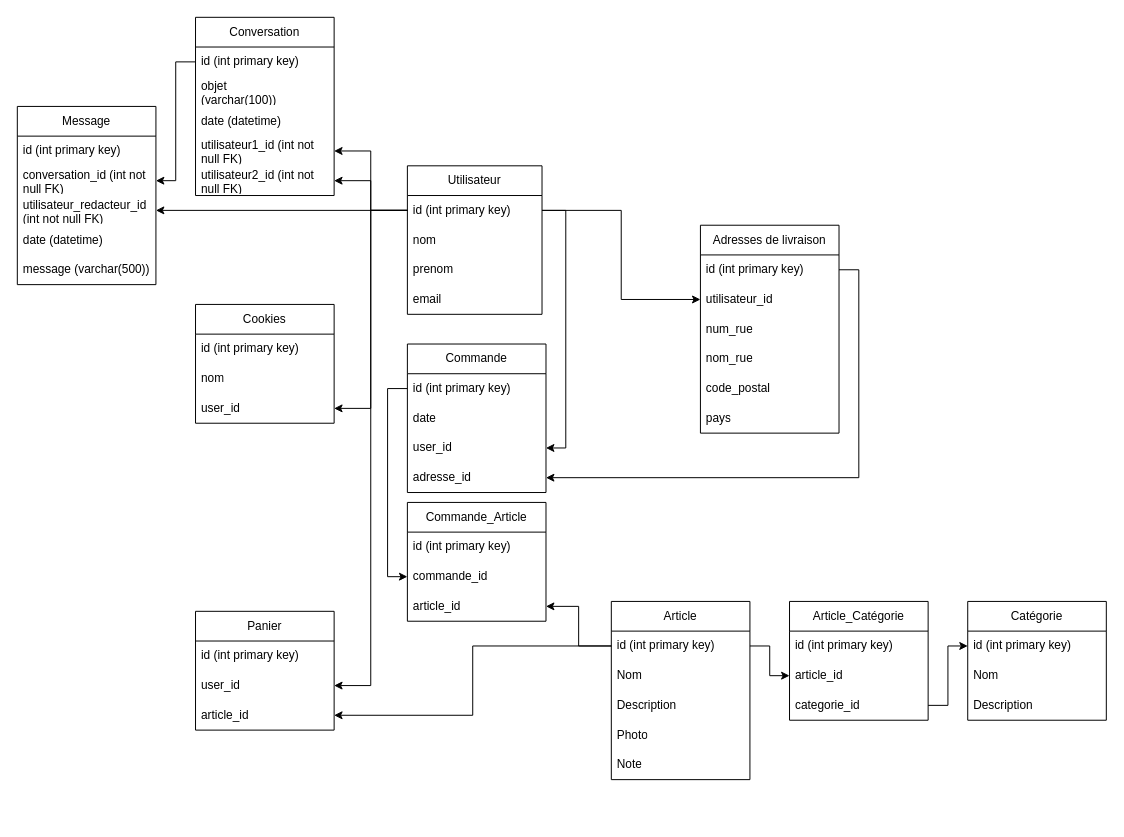
Earlier version of the draw.io diagram BDD Amazon IPI TP.drawio (mathiasSuchail/diagram). Source tidied: cells renumbered, new cells numbered last; positions are measured from the earlier drawing's top-left corner, leaving out a move shared by most shapes. Both pictures are drawn from the tidied source at 99%, with x=0, y=0 at pixel (17, 17).
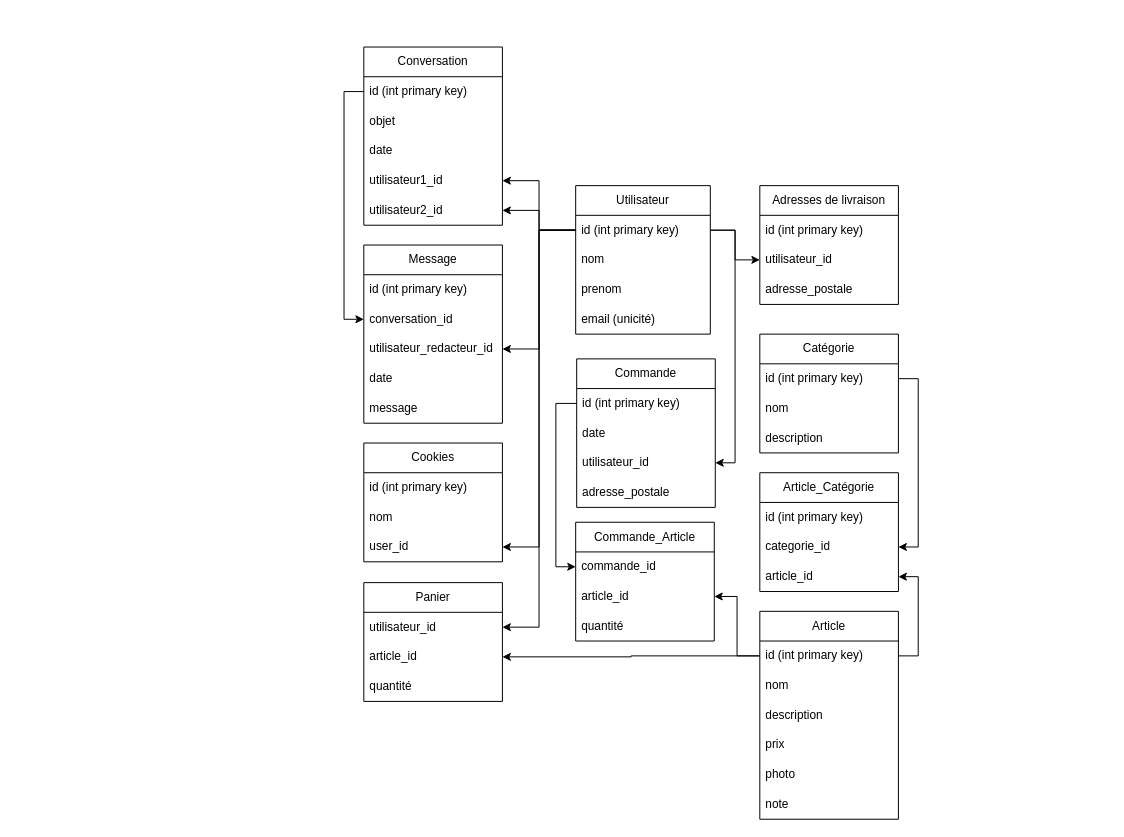
After the change.

Commit message:
Mettre à jour BDD Amazon IPI TP.drawio

Unchanged cells that the change refers to:
```xml
<mxCell id="3" value="id (int primary key)" style="text;strokeColor=none;fillColor=none;align=left;verticalAlign=middle;spacingLeft=4;spacingRight=4;overflow=hidden;points=[[0,0.5],[1,0.5]];portConstraint=eastwest;whiteSpace=wrap;html=1;" parent="2" vertex="1">
  <mxGeometry y="30" width="136" height="30" as="geometry" />
</mxCell>
<mxCell id="8" value="id (int primary key)" style="text;strokeColor=none;fillColor=none;align=left;verticalAlign=middle;spacingLeft=4;spacingRight=4;overflow=hidden;points=[[0,0.5],[1,0.5]];portConstraint=eastwest;whiteSpace=wrap;html=1;" parent="7" vertex="1">
  <mxGeometry y="30" width="140" height="30" as="geometry" />
</mxCell>
<mxCell id="19" value="id (int primary key)" style="text;strokeColor=none;fillColor=none;align=left;verticalAlign=middle;spacingLeft=4;spacingRight=4;overflow=hidden;points=[[0,0.5],[1,0.5]];portConstraint=eastwest;whiteSpace=wrap;html=1;" parent="18" vertex="1">
  <mxGeometry y="30" width="140" height="30" as="geometry" />
</mxCell>
<mxCell id="29" value="id (int primary key)" style="text;strokeColor=none;fillColor=none;align=left;verticalAlign=middle;spacingLeft=4;spacingRight=4;overflow=hidden;points=[[0,0.5],[1,0.5]];portConstraint=eastwest;whiteSpace=wrap;html=1;" parent="28" vertex="1">
  <mxGeometry y="30" width="140" height="30" as="geometry" />
</mxCell>
<mxCell id="30" value="utilisateur_id" style="text;strokeColor=none;fillColor=none;align=left;verticalAlign=middle;spacingLeft=4;spacingRight=4;overflow=hidden;points=[[0,0.5],[1,0.5]];portConstraint=eastwest;whiteSpace=wrap;html=1;" parent="28" vertex="1">
  <mxGeometry y="60" width="140" height="30" as="geometry" />
</mxCell>
<mxCell id="62" value="id (int primary key)" style="text;strokeColor=none;fillColor=none;align=left;verticalAlign=middle;spacingLeft=4;spacingRight=4;overflow=hidden;points=[[0,0.5],[1,0.5]];portConstraint=eastwest;whiteSpace=wrap;html=1;" parent="61" vertex="1">
  <mxGeometry y="30" width="140" height="30" as="geometry" />
</mxCell>
```

What changed in the source:
```diff
@@
     <mxCell id="2" value="Utilisateur" style="swimlane;fontStyle=0;horizontal=1;startSize=30;whiteSpace=wrap;html=1;" parent="1" vertex="1">
-      <mxGeometry x="394" y="150" width="136" height="150" as="geometry" />
+      <mxGeometry x="564" y="170" width="136" height="150" as="geometry" />
     </mxCell>
@@
-    <mxCell id="6" value="email" style="text;strokeColor=none;fillColor=none;align=left;verticalAlign=middle;spacingLeft=4;spacingRight=4;overflow=hidden;whiteSpace=wrap;html=1;" parent="2" vertex="1">
+    <mxCell id="6" value="email (unicité)" style="text;strokeColor=none;fillColor=none;align=left;verticalAlign=middle;spacingLeft=4;spacingRight=4;overflow=hidden;whiteSpace=wrap;html=1;" parent="2" vertex="1">
       <mxGeometry y="120" width="136" height="30" as="geometry" />
     </mxCell>
     <mxCell id="7" value="Article" style="swimlane;fontStyle=0;horizontal=1;startSize=30;whiteSpace=wrap;html=1;" parent="1" vertex="1">
-      <mxGeometry x="600" y="590" width="140" height="180" as="geometry" />
+      <mxGeometry x="750" y="600" width="140" height="210" as="geometry" />
     </mxCell>
@@
-    <mxCell id="9" value="Nom" style="text;strokeColor=none;fillColor=none;align=left;verticalAlign=middle;spacingLeft=4;spacingRight=4;overflow=hidden;whiteSpace=wrap;html=1;" parent="7" vertex="1">
+    <mxCell id="9" value="nom" style="text;strokeColor=none;fillColor=none;align=left;verticalAlign=middle;spacingLeft=4;spacingRight=4;overflow=hidden;whiteSpace=wrap;html=1;" parent="7" vertex="1">
       <mxGeometry y="60" width="140" height="30" as="geometry" />
     </mxCell>
-    <mxCell id="10" value="Description" style="text;strokeColor=none;fillColor=none;align=left;verticalAlign=middle;spacingLeft=4;spacingRight=4;overflow=hidden;whiteSpace=wrap;html=1;" parent="7" vertex="1">
+    <mxCell id="10" value="description" style="text;strokeColor=none;fillColor=none;align=left;verticalAlign=middle;spacingLeft=4;spacingRight=4;overflow=hidden;whiteSpace=wrap;html=1;" parent="7" vertex="1">
       <mxGeometry y="90" width="140" height="30" as="geometry" />
     </mxCell>
+    <mxCell id="71" value="prix" style="text;strokeColor=none;fillColor=none;align=left;verticalAlign=middle;spacingLeft=4;spacingRight=4;overflow=hidden;whiteSpace=wrap;html=1;" parent="7" vertex="1">
+      <mxGeometry y="120" width="140" height="30" as="geometry" />
+    </mxCell>
-    <mxCell id="11" value="Photo" style="text;strokeColor=none;fillColor=none;align=left;verticalAlign=middle;spacingLeft=4;spacingRight=4;overflow=hidden;whiteSpace=wrap;html=1;" parent="7" vertex="1">
-      <mxGeometry y="120" width="140" height="30" as="geometry" />
+    <mxCell id="11" value="photo" style="text;strokeColor=none;fillColor=none;align=left;verticalAlign=middle;spacingLeft=4;spacingRight=4;overflow=hidden;whiteSpace=wrap;html=1;" parent="7" vertex="1">
+      <mxGeometry y="150" width="140" height="30" as="geometry" />
     </mxCell>
-    <mxCell id="12" value="Note" style="text;strokeColor=none;fillColor=none;align=left;verticalAlign=middle;spacingLeft=4;spacingRight=4;overflow=hidden;whiteSpace=wrap;html=1;" parent="7" vertex="1">
-      <mxGeometry y="150" width="140" height="30" as="geometry" />
+    <mxCell id="12" value="note" style="text;strokeColor=none;fillColor=none;align=left;verticalAlign=middle;spacingLeft=4;spacingRight=4;overflow=hidden;whiteSpace=wrap;html=1;" parent="7" vertex="1">
+      <mxGeometry y="180" width="140" height="30" as="geometry" />
     </mxCell>
     <mxCell id="13" value="Commande" style="swimlane;fontStyle=0;horizontal=1;startSize=30;whiteSpace=wrap;html=1;" parent="1" vertex="1">
-      <mxGeometry x="394" y="330" width="140" height="150" as="geometry" />
+      <mxGeometry x="565" y="345" width="140" height="150" as="geometry" />
     </mxCell>
@@
-    <mxCell id="16" value="user_id" style="text;strokeColor=none;fillColor=none;align=left;verticalAlign=middle;spacingLeft=4;spacingRight=4;overflow=hidden;points=[[0,0.5],[1,0.5]];portConstraint=eastwest;whiteSpace=wrap;html=1;" parent="13" vertex="1">
+    <mxCell id="16" value="utilisateur_id" style="text;strokeColor=none;fillColor=none;align=left;verticalAlign=middle;spacingLeft=4;spacingRight=4;overflow=hidden;points=[[0,0.5],[1,0.5]];portConstraint=eastwest;whiteSpace=wrap;html=1;" parent="13" vertex="1">
       <mxGeometry y="90" width="140" height="30" as="geometry" />
     </mxCell>
-    <mxCell id="17" value="adresse_id&lt;br&gt;" style="text;strokeColor=none;fillColor=none;align=left;verticalAlign=middle;spacingLeft=4;spacingRight=4;overflow=hidden;points=[[0,0.5],[1,0.5]];portConstraint=eastwest;whiteSpace=wrap;html=1;" parent="13" vertex="1">
+    <mxCell id="17" value="adresse_postale" style="text;strokeColor=none;fillColor=none;align=left;verticalAlign=middle;spacingLeft=4;spacingRight=4;overflow=hidden;points=[[0,0.5],[1,0.5]];portConstraint=eastwest;whiteSpace=wrap;html=1;" parent="13" vertex="1">
       <mxGeometry y="120" width="140" height="30" as="geometry" />
     </mxCell>
     <mxCell id="18" value="Catégorie" style="swimlane;fontStyle=0;horizontal=1;startSize=30;whiteSpace=wrap;html=1;" parent="1" vertex="1">
-      <mxGeometry x="960" y="590" width="140" height="120" as="geometry" />
+      <mxGeometry x="750" y="320" width="140" height="120" as="geometry" />
     </mxCell>
@@
-    <mxCell id="20" value="Nom" style="text;strokeColor=none;fillColor=none;align=left;verticalAlign=middle;spacingLeft=4;spacingRight=4;overflow=hidden;whiteSpace=wrap;html=1;" parent="18" vertex="1">
+    <mxCell id="20" value="nom&lt;span style=&quot;white-space: pre;&quot;&gt;&#9;&lt;/span&gt;" style="text;strokeColor=none;fillColor=none;align=left;verticalAlign=middle;spacingLeft=4;spacingRight=4;overflow=hidden;whiteSpace=wrap;html=1;" parent="18" vertex="1">
       <mxGeometry y="60" width="140" height="30" as="geometry" />
     </mxCell>
-    <mxCell id="21" value="Description" style="text;strokeColor=none;fillColor=none;align=left;verticalAlign=middle;spacingLeft=4;spacingRight=4;overflow=hidden;whiteSpace=wrap;html=1;" parent="18" vertex="1">
+    <mxCell id="21" value="description" style="text;strokeColor=none;fillColor=none;align=left;verticalAlign=middle;spacingLeft=4;spacingRight=4;overflow=hidden;whiteSpace=wrap;html=1;" parent="18" vertex="1">
       <mxGeometry y="90" width="140" height="30" as="geometry" />
     </mxCell>
     <mxCell id="22" value="Message" style="swimlane;fontStyle=0;horizontal=1;startSize=30;whiteSpace=wrap;html=1;" parent="1" vertex="1">
-      <mxGeometry y="90" width="140" height="180" as="geometry" />
+      <mxGeometry x="350" y="230" width="140" height="180" as="geometry" />
     </mxCell>
@@
-    <mxCell id="24" value="conversation_id (int not null FK)" style="text;strokeColor=none;fillColor=none;align=left;verticalAlign=middle;spacingLeft=4;spacingRight=4;overflow=hidden;points=[[0,0.5],[1,0.5]];portConstraint=eastwest;whiteSpace=wrap;html=1;" parent="22" vertex="1">
+    <mxCell id="24" value="conversation_id" style="text;strokeColor=none;fillColor=none;align=left;verticalAlign=middle;spacingLeft=4;spacingRight=4;overflow=hidden;points=[[0,0.5],[1,0.5]];portConstraint=eastwest;whiteSpace=wrap;html=1;" parent="22" vertex="1">
       <mxGeometry y="60" width="140" height="30" as="geometry" />
     </mxCell>
-    <mxCell id="25" value="utilisateur_redacteur_id (int not null FK)" style="text;strokeColor=none;fillColor=none;align=left;verticalAlign=middle;spacingLeft=4;spacingRight=4;overflow=hidden;points=[[0,0.5],[1,0.5]];portConstraint=eastwest;whiteSpace=wrap;html=1;" parent="22" vertex="1">
+    <mxCell id="25" value="utilisateur_redacteur_id" style="text;strokeColor=none;fillColor=none;align=left;verticalAlign=middle;spacingLeft=4;spacingRight=4;overflow=hidden;points=[[0,0.5],[1,0.5]];portConstraint=eastwest;whiteSpace=wrap;html=1;" parent="22" vertex="1">
       <mxGeometry y="90" width="140" height="30" as="geometry" />
     </mxCell>
-    <mxCell id="26" value="date (datetime)" style="text;strokeColor=none;fillColor=none;align=left;verticalAlign=middle;spacingLeft=4;spacingRight=4;overflow=hidden;whiteSpace=wrap;html=1;" parent="22" vertex="1">
+    <mxCell id="26" value="date" style="text;strokeColor=none;fillColor=none;align=left;verticalAlign=middle;spacingLeft=4;spacingRight=4;overflow=hidden;whiteSpace=wrap;html=1;" parent="22" vertex="1">
       <mxGeometry y="120" width="140" height="30" as="geometry" />
     </mxCell>
-    <mxCell id="27" value="message (varchar(500))" style="text;strokeColor=none;fillColor=none;align=left;verticalAlign=middle;spacingLeft=4;spacingRight=4;overflow=hidden;whiteSpace=wrap;html=1;" parent="22" vertex="1">
+    <mxCell id="27" value="message" style="text;strokeColor=none;fillColor=none;align=left;verticalAlign=middle;spacingLeft=4;spacingRight=4;overflow=hidden;whiteSpace=wrap;html=1;" parent="22" vertex="1">
       <mxGeometry y="150" width="140" height="30" as="geometry" />
     </mxCell>
     <mxCell id="28" value="Adresses de livraison" style="swimlane;fontStyle=0;horizontal=1;startSize=30;whiteSpace=wrap;html=1;" parent="1" vertex="1">
-      <mxGeometry x="690" y="210" width="140" height="210" as="geometry" />
+      <mxGeometry x="750" y="170" width="140" height="120" as="geometry" />
     </mxCell>
@@
-    <mxCell id="31" value="num_rue" style="text;strokeColor=none;fillColor=none;align=left;verticalAlign=middle;spacingLeft=4;spacingRight=4;overflow=hidden;whiteSpace=wrap;html=1;" parent="28" vertex="1">
-      <mxGeometry y="90" width="140" height="30" as="geometry" />
-    </mxCell>
-    <mxCell id="32" value="nom_rue" style="text;strokeColor=none;fillColor=none;align=left;verticalAlign=middle;spacingLeft=4;spacingRight=4;overflow=hidden;whiteSpace=wrap;html=1;" parent="28" vertex="1">
-      <mxGeometry y="120" width="140" height="30" as="geometry" />
-    </mxCell>
-    <mxCell id="33" value="code_postal" style="text;strokeColor=none;fillColor=none;align=left;verticalAlign=middle;spacingLeft=4;spacingRight=4;overflow=hidden;whiteSpace=wrap;html=1;" parent="28" vertex="1">
-      <mxGeometry y="150" width="140" height="30" as="geometry" />
-    </mxCell>
-    <mxCell id="34" value="pays" style="text;strokeColor=none;fillColor=none;align=left;verticalAlign=middle;spacingLeft=4;spacingRight=4;overflow=hidden;whiteSpace=wrap;html=1;" parent="28" vertex="1">
-      <mxGeometry y="180" width="140" height="30" as="geometry" />
+    <mxCell id="34" value="adresse_postale" style="text;strokeColor=none;fillColor=none;align=left;verticalAlign=middle;spacingLeft=4;spacingRight=4;overflow=hidden;whiteSpace=wrap;html=1;" parent="28" vertex="1">
+      <mxGeometry y="90" width="140" height="30" as="geometry" />
     </mxCell>
     <mxCell id="35" value="Cookies" style="swimlane;fontStyle=0;horizontal=1;startSize=30;whiteSpace=wrap;html=1;" parent="1" vertex="1">
-      <mxGeometry x="180" y="290" width="140" height="120" as="geometry" />
+      <mxGeometry x="350" y="430" width="140" height="120" as="geometry" />
     </mxCell>
@@
     <mxCell id="39" value="Article_Catégorie" style="swimlane;fontStyle=0;horizontal=1;startSize=30;whiteSpace=wrap;html=1;" parent="1" vertex="1">
-      <mxGeometry x="780" y="590" width="140" height="120" as="geometry" />
+      <mxGeometry x="750" y="460" width="140" height="120" as="geometry" />
     </mxCell>
@@
+    <mxCell id="42" value="categorie_id" style="text;strokeColor=none;fillColor=none;align=left;verticalAlign=middle;spacingLeft=4;spacingRight=4;overflow=hidden;points=[[0,0.5],[1,0.5]];portConstraint=eastwest;whiteSpace=wrap;html=1;" parent="39" vertex="1">
+      <mxGeometry y="60" width="140" height="30" as="geometry" />
+    </mxCell>
     <mxCell id="41" value="article_id" style="text;strokeColor=none;fillColor=none;align=left;verticalAlign=middle;spacingLeft=4;spacingRight=4;overflow=hidden;points=[[0,0.5],[1,0.5]];portConstraint=eastwest;whiteSpace=wrap;html=1;" parent="39" vertex="1">
-      <mxGeometry y="60" width="140" height="30" as="geometry" />
+      <mxGeometry y="90" width="140" height="30" as="geometry" />
     </mxCell>
-    <mxCell id="42" value="categorie_id" style="text;strokeColor=none;fillColor=none;align=left;verticalAlign=middle;spacingLeft=4;spacingRight=4;overflow=hidden;points=[[0,0.5],[1,0.5]];portConstraint=eastwest;whiteSpace=wrap;html=1;" parent="39" vertex="1">
-      <mxGeometry y="90" width="140" height="30" as="geometry" />
-    </mxCell>
-    <mxCell id="43" style="edgeStyle=orthogonalEdgeStyle;rounded=0;jettySize=auto;html=1;exitX=1;exitY=0.5;exitDx=0;exitDy=0;entryX=0;entryY=0.5;entryDx=0;entryDy=0;" parent="1" edge="1" source="8" target="41">
-      <mxGeometry relative="1" as="geometry" />
-    </mxCell>
-    <mxCell id="44" style="edgeStyle=orthogonalEdgeStyle;rounded=0;jettySize=auto;html=1;exitX=1;exitY=0.5;exitDx=0;exitDy=0;entryX=0;entryY=0.5;entryDx=0;entryDy=0;" parent="1" edge="1" source="42" target="19">
-      <mxGeometry relative="1" as="geometry" />
-    </mxCell>
     <mxCell id="45" value="Commande_Article" style="swimlane;fontStyle=0;horizontal=1;startSize=30;whiteSpace=wrap;html=1;" parent="1" vertex="1">
-      <mxGeometry x="394" y="490" width="140" height="120" as="geometry" />
+      <mxGeometry x="564" y="510" width="140" height="120" as="geometry" />
     </mxCell>
-    <mxCell id="46" value="id (int primary key)" style="text;strokeColor=none;fillColor=none;align=left;verticalAlign=middle;spacingLeft=4;spacingRight=4;overflow=hidden;whiteSpace=wrap;html=1;" parent="45" vertex="1">
-      <mxGeometry y="30" width="140" height="30" as="geometry" />
-    </mxCell>
     <mxCell id="47" value="commande_id" style="text;strokeColor=none;fillColor=none;align=left;verticalAlign=middle;spacingLeft=4;spacingRight=4;overflow=hidden;points=[[0,0.5],[1,0.5]];portConstraint=eastwest;whiteSpace=wrap;html=1;" parent="45" vertex="1">
-      <mxGeometry y="60" width="140" height="30" as="geometry" />
+      <mxGeometry y="30" width="140" height="30" as="geometry" />
     </mxCell>
     <mxCell id="48" value="article_id" style="text;strokeColor=none;fillColor=none;align=left;verticalAlign=middle;spacingLeft=4;spacingRight=4;overflow=hidden;points=[[0,0.5],[1,0.5]];portConstraint=eastwest;whiteSpace=wrap;html=1;" parent="45" vertex="1">
-      <mxGeometry y="90" width="140" height="30" as="geometry" />
+      <mxGeometry y="60" width="140" height="30" as="geometry" />
     </mxCell>
+    <mxCell id="72" value="quantité" style="text;strokeColor=none;fillColor=none;align=left;verticalAlign=middle;spacingLeft=4;spacingRight=4;overflow=hidden;whiteSpace=wrap;html=1;" parent="45" vertex="1">
+      <mxGeometry y="90" width="140" height="30" as="geometry" />
+    </mxCell>
@@
-    <mxCell id="51" style="edgeStyle=orthogonalEdgeStyle;rounded=0;jettySize=auto;html=1;exitX=1;exitY=0.5;exitDx=0;exitDy=0;entryX=1;entryY=0.5;entryDx=0;entryDy=0;" parent="1" edge="1" source="3" target="16">
-      <mxGeometry relative="1" as="geometry" />
-    </mxCell>
-    <mxCell id="52" style="edgeStyle=orthogonalEdgeStyle;rounded=0;jettySize=auto;html=1;exitX=1;exitY=0.5;exitDx=0;exitDy=0;entryX=0;entryY=0.5;entryDx=0;entryDy=0;" parent="1" edge="1" source="3" target="30">
-      <mxGeometry relative="1" as="geometry" />
-    </mxCell>
-    <mxCell id="53" style="edgeStyle=orthogonalEdgeStyle;rounded=0;jettySize=auto;html=1;exitX=1;exitY=0.5;exitDx=0;exitDy=0;entryX=1;entryY=0.5;entryDx=0;entryDy=0;" parent="1" edge="1" source="29" target="17">
-      <mxGeometry relative="1" as="geometry" />
-    </mxCell>
     <mxCell id="54" value="Panier" style="swimlane;fontStyle=0;horizontal=1;startSize=30;whiteSpace=wrap;html=1;" parent="1" vertex="1">
-      <mxGeometry x="180" y="600" width="140" height="120" as="geometry" />
+      <mxGeometry x="350" y="571" width="140" height="120" as="geometry" />
     </mxCell>
-    <mxCell id="55" value="id (int primary key)" style="text;strokeColor=none;fillColor=none;align=left;verticalAlign=middle;spacingLeft=4;spacingRight=4;overflow=hidden;whiteSpace=wrap;html=1;" parent="54" vertex="1">
-      <mxGeometry y="30" width="140" height="30" as="geometry" />
-    </mxCell>
-    <mxCell id="56" value="user_id" style="text;strokeColor=none;fillColor=none;align=left;verticalAlign=middle;spacingLeft=4;spacingRight=4;overflow=hidden;points=[[0,0.5],[1,0.5]];portConstraint=eastwest;whiteSpace=wrap;html=1;" parent="54" vertex="1">
-      <mxGeometry y="60" width="140" height="30" as="geometry" />
+    <mxCell id="56" value="utilisateur_id" style="text;strokeColor=none;fillColor=none;align=left;verticalAlign=middle;spacingLeft=4;spacingRight=4;overflow=hidden;points=[[0,0.5],[1,0.5]];portConstraint=eastwest;whiteSpace=wrap;html=1;" parent="54" vertex="1">
+      <mxGeometry y="30" width="140" height="30" as="geometry" />
     </mxCell>
     <mxCell id="57" value="article_id&lt;br&gt;" style="text;strokeColor=none;fillColor=none;align=left;verticalAlign=middle;spacingLeft=4;spacingRight=4;overflow=hidden;points=[[0,0.5],[1,0.5]];portConstraint=eastwest;whiteSpace=wrap;html=1;" parent="54" vertex="1">
-      <mxGeometry y="90" width="140" height="30" as="geometry" />
+      <mxGeometry y="60" width="140" height="30" as="geometry" />
     </mxCell>
+    <mxCell id="73" value="quantité" style="text;strokeColor=none;fillColor=none;align=left;verticalAlign=middle;spacingLeft=4;spacingRight=4;overflow=hidden;whiteSpace=wrap;html=1;" parent="54" vertex="1">
+      <mxGeometry y="90" width="140" height="30" as="geometry" />
+    </mxCell>
@@
     <mxCell id="61" value="Conversation" style="swimlane;fontStyle=0;horizontal=1;startSize=30;whiteSpace=wrap;html=1;" parent="1" vertex="1">
-      <mxGeometry x="180" width="140" height="180" as="geometry" />
+      <mxGeometry x="350" y="30" width="140" height="180" as="geometry" />
     </mxCell>
@@
-    <mxCell id="63" value="objet&lt;br&gt;(varchar(100))" style="text;strokeColor=none;fillColor=none;align=left;verticalAlign=middle;spacingLeft=4;spacingRight=4;overflow=hidden;whiteSpace=wrap;html=1;" parent="61" vertex="1">
+    <mxCell id="63" value="objet" style="text;strokeColor=none;fillColor=none;align=left;verticalAlign=middle;spacingLeft=4;spacingRight=4;overflow=hidden;whiteSpace=wrap;html=1;" parent="61" vertex="1">
       <mxGeometry y="60" width="140" height="30" as="geometry" />
     </mxCell>
-    <mxCell id="64" value="date (datetime)" style="text;strokeColor=none;fillColor=none;align=left;verticalAlign=middle;spacingLeft=4;spacingRight=4;overflow=hidden;whiteSpace=wrap;html=1;" parent="61" vertex="1">
+    <mxCell id="64" value="date" style="text;strokeColor=none;fillColor=none;align=left;verticalAlign=middle;spacingLeft=4;spacingRight=4;overflow=hidden;whiteSpace=wrap;html=1;" parent="61" vertex="1">
       <mxGeometry y="90" width="140" height="30" as="geometry" />
     </mxCell>
-    <mxCell id="65" value="utilisateur1_id (int not null FK)" style="text;strokeColor=none;fillColor=none;align=left;verticalAlign=middle;spacingLeft=4;spacingRight=4;overflow=hidden;points=[[0,0.5],[1,0.5]];portConstraint=eastwest;whiteSpace=wrap;html=1;" parent="61" vertex="1">
+    <mxCell id="65" value="utilisateur1_id" style="text;strokeColor=none;fillColor=none;align=left;verticalAlign=middle;spacingLeft=4;spacingRight=4;overflow=hidden;points=[[0,0.5],[1,0.5]];portConstraint=eastwest;whiteSpace=wrap;html=1;" parent="61" vertex="1">
       <mxGeometry y="120" width="140" height="30" as="geometry" />
     </mxCell>
-    <mxCell id="66" value="utilisateur2_id (int not null FK)" style="text;strokeColor=none;fillColor=none;align=left;verticalAlign=middle;spacingLeft=4;spacingRight=4;overflow=hidden;points=[[0,0.5],[1,0.5]];portConstraint=eastwest;whiteSpace=wrap;html=1;" parent="61" vertex="1">
+    <mxCell id="66" value="utilisateur2_id" style="text;strokeColor=none;fillColor=none;align=left;verticalAlign=middle;spacingLeft=4;spacingRight=4;overflow=hidden;points=[[0,0.5],[1,0.5]];portConstraint=eastwest;whiteSpace=wrap;html=1;" parent="61" vertex="1">
       <mxGeometry y="150" width="140" height="30" as="geometry" />
     </mxCell>
-    <mxCell id="67" style="edgeStyle=orthogonalEdgeStyle;rounded=0;jettySize=auto;html=1;exitX=0;exitY=0.5;exitDx=0;exitDy=0;" parent="1" edge="1" source="62" target="24">
-      <mxGeometry relative="1" as="geometry" />
-    </mxCell>
@@
+    <mxCell id="43" style="edgeStyle=orthogonalEdgeStyle;rounded=0;jettySize=auto;html=1;exitX=1;exitY=0.5;exitDx=0;exitDy=0;" parent="1" edge="1" source="8" target="41">
+      <mxGeometry relative="1" as="geometry" />
+    </mxCell>
+    <mxCell id="74" style="edgeStyle=orthogonalEdgeStyle;rounded=0;jettySize=auto;html=1;exitX=1;exitY=0.5;exitDx=0;exitDy=0;entryX=1;entryY=0.5;entryDx=0;entryDy=0;" parent="1" edge="1" source="19" target="42">
+      <mxGeometry relative="1" as="geometry" />
+    </mxCell>
+    <mxCell id="51" style="edgeStyle=orthogonalEdgeStyle;rounded=0;jettySize=auto;html=1;exitX=1;exitY=0.5;exitDx=0;exitDy=0;entryX=1;entryY=0.5;entryDx=0;entryDy=0;" parent="1" edge="1" source="3" target="16">
+      <mxGeometry relative="1" as="geometry" />
+    </mxCell>
+    <mxCell id="52" style="edgeStyle=orthogonalEdgeStyle;rounded=0;jettySize=auto;html=1;exitX=1;exitY=0.5;exitDx=0;exitDy=0;entryX=0;entryY=0.5;entryDx=0;entryDy=0;" parent="1" edge="1" source="3" target="30">
+      <mxGeometry relative="1" as="geometry" />
+    </mxCell>
+    <mxCell id="67" style="edgeStyle=orthogonalEdgeStyle;rounded=0;jettySize=auto;html=1;exitX=0;exitY=0.5;exitDx=0;exitDy=0;entryX=0;entryY=0.5;entryDx=0;entryDy=0;" parent="1" edge="1" source="62" target="24">
+      <mxGeometry relative="1" as="geometry" />
+    </mxCell>
```
